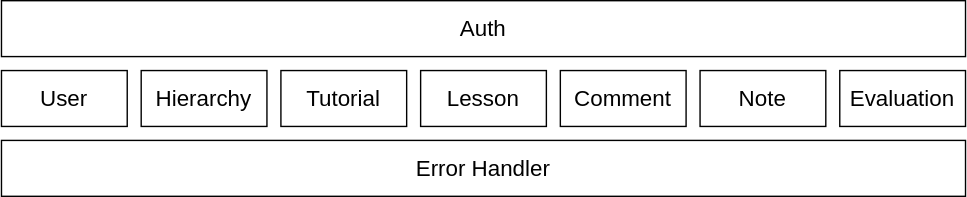
Above: docs/be_design.svg in muktadir-rhmn/tutorial-sharing-platform-be (draw.io), before the change. Source tidied: cells renumbered, new cells last; positions are measured from the earlier drawing's top-left corner, leaving out a move shared by most shapes. Its diagram source:
```xml
<mxGraphModel>
  <root>
    <mxCell id="0" />
    <mxCell id="1" parent="0" />
    <mxCell id="2" value="&lt;font style=&quot;font-size: 16px&quot;&gt;Auth&lt;/font&gt;" style="rounded=0;whiteSpace=wrap;html=1;" parent="1" vertex="1">
      <mxGeometry width="690" height="40" as="geometry" />
    </mxCell>
    <mxCell id="3" value="&lt;font style=&quot;font-size: 16px&quot;&gt;User&lt;/font&gt;" style="rounded=0;whiteSpace=wrap;html=1;" parent="1" vertex="1">
      <mxGeometry y="50" width="90" height="40" as="geometry" />
    </mxCell>
    <mxCell id="4" value="&lt;font style=&quot;font-size: 16px&quot;&gt;Hierarchy&lt;/font&gt;" style="rounded=0;whiteSpace=wrap;html=1;" parent="1" vertex="1">
      <mxGeometry x="100" y="50" width="90" height="40" as="geometry" />
    </mxCell>
    <mxCell id="5" value="&lt;font style=&quot;font-size: 16px&quot;&gt;Error Handler&lt;/font&gt;" style="rounded=0;whiteSpace=wrap;html=1;" parent="1" vertex="1">
      <mxGeometry y="100" width="690" height="40" as="geometry" />
    </mxCell>
    <mxCell id="6" value="&lt;font style=&quot;font-size: 16px&quot;&gt;Tutorial&lt;/font&gt;" style="rounded=0;whiteSpace=wrap;html=1;" parent="1" vertex="1">
      <mxGeometry x="200" y="50" width="90" height="40" as="geometry" />
    </mxCell>
    <mxCell id="7" value="&lt;font style=&quot;font-size: 16px&quot;&gt;Lesson&lt;/font&gt;" style="rounded=0;whiteSpace=wrap;html=1;" parent="1" vertex="1">
      <mxGeometry x="300" y="50" width="90" height="40" as="geometry" />
    </mxCell>
    <mxCell id="8" value="&lt;font style=&quot;font-size: 16px&quot;&gt;Comment&lt;/font&gt;" style="rounded=0;whiteSpace=wrap;html=1;" parent="1" vertex="1">
      <mxGeometry x="400" y="50" width="90" height="40" as="geometry" />
    </mxCell>
    <mxCell id="9" value="&lt;font style=&quot;font-size: 16px&quot;&gt;Note&lt;/font&gt;" style="rounded=0;whiteSpace=wrap;html=1;" parent="1" vertex="1">
      <mxGeometry x="500" y="50" width="90" height="40" as="geometry" />
    </mxCell>
    <mxCell id="10" value="&lt;span style=&quot;font-size: 16px&quot;&gt;Evaluation&lt;/span&gt;" style="rounded=0;whiteSpace=wrap;html=1;" parent="1" vertex="1">
      <mxGeometry x="600" y="50" width="90" height="40" as="geometry" />
    </mxCell>
  </root>
</mxGraphModel>
```
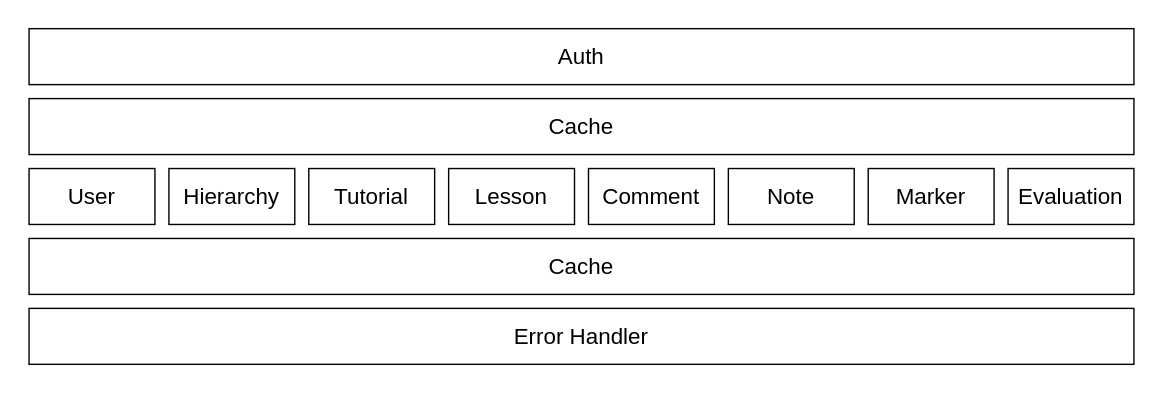
The same diagram one commit later.

Change to the diagram source:
```diff
@@ -2,8 +2,8 @@
   <root>
     <mxCell id="0" />
     <mxCell id="1" parent="0" />
-    <mxCell id="2" value="&lt;font style=&quot;font-size: 16px&quot;&gt;Auth&lt;/font&gt;" style="rounded=0;whiteSpace=wrap;html=1;" parent="1" vertex="1">
-      <mxGeometry width="690" height="40" as="geometry" />
+    <mxCell id="2" value="&lt;font style=&quot;font-size: 16px&quot;&gt;Cache&lt;/font&gt;" style="rounded=0;whiteSpace=wrap;html=1;" parent="1" vertex="1">
+      <mxGeometry width="790" height="40" as="geometry" />
     </mxCell>
     <mxCell id="3" value="&lt;font style=&quot;font-size: 16px&quot;&gt;User&lt;/font&gt;" style="rounded=0;whiteSpace=wrap;html=1;" parent="1" vertex="1">
       <mxGeometry y="50" width="90" height="40" as="geometry" />
@@ -11,8 +11,8 @@
     <mxCell id="4" value="&lt;font style=&quot;font-size: 16px&quot;&gt;Hierarchy&lt;/font&gt;" style="rounded=0;whiteSpace=wrap;html=1;" parent="1" vertex="1">
       <mxGeometry x="100" y="50" width="90" height="40" as="geometry" />
     </mxCell>
-    <mxCell id="5" value="&lt;font style=&quot;font-size: 16px&quot;&gt;Error Handler&lt;/font&gt;" style="rounded=0;whiteSpace=wrap;html=1;" parent="1" vertex="1">
-      <mxGeometry y="100" width="690" height="40" as="geometry" />
+    <mxCell id="5" value="&lt;font style=&quot;font-size: 16px&quot;&gt;Cache&lt;/font&gt;" style="rounded=0;whiteSpace=wrap;html=1;" parent="1" vertex="1">
+      <mxGeometry y="100" width="790" height="40" as="geometry" />
     </mxCell>
     <mxCell id="6" value="&lt;font style=&quot;font-size: 16px&quot;&gt;Tutorial&lt;/font&gt;" style="rounded=0;whiteSpace=wrap;html=1;" parent="1" vertex="1">
       <mxGeometry x="200" y="50" width="90" height="40" as="geometry" />
@@ -26,8 +26,17 @@
     <mxCell id="9" value="&lt;font style=&quot;font-size: 16px&quot;&gt;Note&lt;/font&gt;" style="rounded=0;whiteSpace=wrap;html=1;" parent="1" vertex="1">
       <mxGeometry x="500" y="50" width="90" height="40" as="geometry" />
     </mxCell>
-    <mxCell id="10" value="&lt;span style=&quot;font-size: 16px&quot;&gt;Evaluation&lt;/span&gt;" style="rounded=0;whiteSpace=wrap;html=1;" parent="1" vertex="1">
+    <mxCell id="10" value="&lt;span style=&quot;font-size: 16px&quot;&gt;Marker&lt;/span&gt;" style="rounded=0;whiteSpace=wrap;html=1;" parent="1" vertex="1">
       <mxGeometry x="600" y="50" width="90" height="40" as="geometry" />
     </mxCell>
+    <mxCell id="11" value="&lt;span style=&quot;font-size: 16px&quot;&gt;Evaluation&lt;/span&gt;" style="rounded=0;whiteSpace=wrap;html=1;" parent="1" vertex="1">
+      <mxGeometry x="700" y="50" width="90" height="40" as="geometry" />
+    </mxCell>
+    <mxCell id="12" value="&lt;font style=&quot;font-size: 16px&quot;&gt;Auth&lt;/font&gt;" style="rounded=0;whiteSpace=wrap;html=1;" parent="1" vertex="1">
+      <mxGeometry y="-50" width="790" height="40" as="geometry" />
+    </mxCell>
+    <mxCell id="13" value="&lt;font style=&quot;font-size: 16px&quot;&gt;Error Handler&lt;/font&gt;" style="rounded=0;whiteSpace=wrap;html=1;" parent="1" vertex="1">
+      <mxGeometry y="150" width="790" height="40" as="geometry" />
+    </mxCell>
   </root>
 </mxGraphModel>
```
